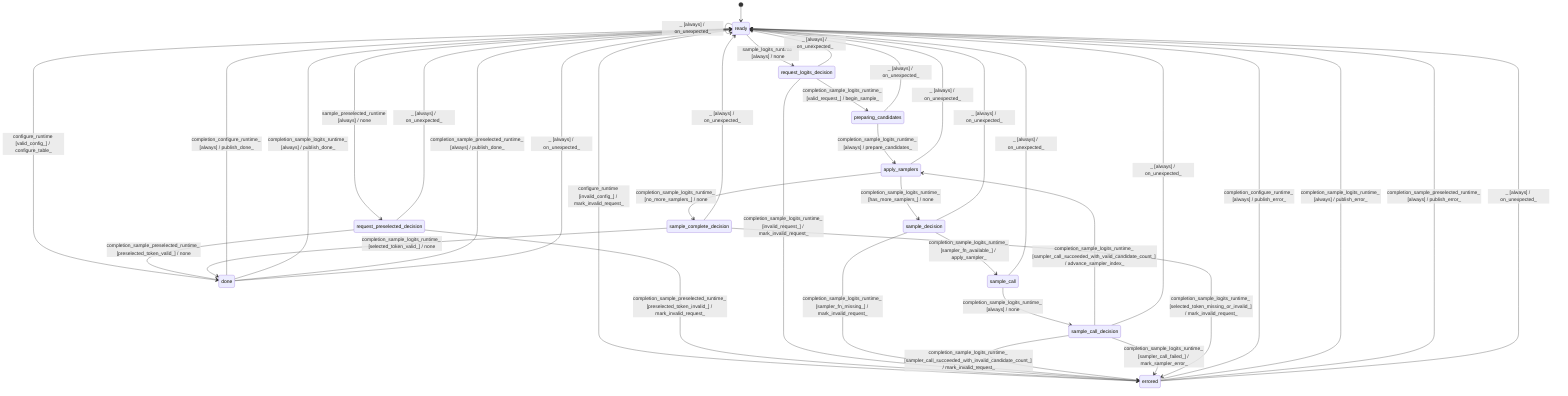
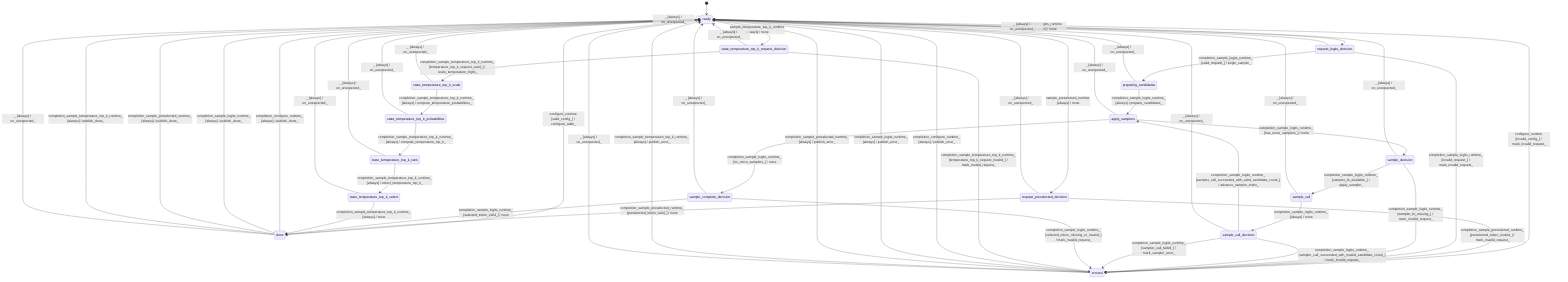
stateDiagram-v2
  direction TB
  [*] --> ready
  ready --> done : configure_runtime [valid_config_] / configure_table_
  ready --> errored : configure_runtime [invalid_config_] / mark_invalid_request_
  ready --> request_logits_decision : sample_logits_runtime [always] / none
  ready --> request_preselected_decision : sample_preselected_runtime [always] / none
  request_preselected_decision --> done : completion_sample_preselected_runtime_ [preselected_token_valid_] / none
  request_preselected_decision --> errored : completion_sample_preselected_runtime_ [preselected_token_invalid_] / mark_invalid_request_
  request_logits_decision --> preparing_candidates : completion_sample_logits_runtime_ [valid_request_] / begin_sample_
  request_logits_decision --> errored : completion_sample_logits_runtime_ [invalid_request_] / mark_invalid_request_
  preparing_candidates --> apply_samplers : completion_sample_logits_runtime_ [always] / prepare_candidates_
  apply_samplers --> sample_decision : completion_sample_logits_runtime_ [has_more_samplers_] / none
  apply_samplers --> sample_complete_decision : completion_sample_logits_runtime_ [no_more_samplers_] / none
  sample_decision --> sample_call : completion_sample_logits_runtime_ [sampler_fn_available_] / apply_sampler_
  sample_decision --> errored : completion_sample_logits_runtime_ [sampler_fn_missing_] / mark_invalid_request_
  sample_call --> sample_call_decision : completion_sample_logits_runtime_ [always] / none
  sample_call_decision --> apply_samplers : completion_sample_logits_runtime_ [sampler_call_succeeded_with_valid_candidate_count_] / advance_sampler_index_
  sample_call_decision --> errored : completion_sample_logits_runtime_ [sampler_call_succeeded_with_invalid_candidate_count_] / mark_invalid_request_
  sample_call_decision --> errored : completion_sample_logits_runtime_ [sampler_call_failed_] / mark_sampler_error_
  sample_complete_decision --> done : completion_sample_logits_runtime_ [selected_token_valid_] / none
  sample_complete_decision --> errored : completion_sample_logits_runtime_ [selected_token_missing_or_invalid_] / mark_invalid_request_
+   ready --> state_temperature_top_k_request_decision : sample_temperature_top_k_runtime [always] / none
+   state_temperature_top_k_request_decision --> state_temperature_top_k_scale : completion_sample_temperature_top_k_runtime_ [temperature_top_k_request_valid_] / scale_temperature_logits_
+   state_temperature_top_k_request_decision --> errored : completion_sample_temperature_top_k_runtime_ [temperature_top_k_request_invalid_] / mark_invalid_request_
+   state_temperature_top_k_scale --> state_temperature_top_k_probabilities : completion_sample_temperature_top_k_runtime_ [always] / compute_temperature_probabilities_
+   state_temperature_top_k_probabilities --> state_temperature_top_k_rank : completion_sample_temperature_top_k_runtime_ [always] / compute_temperature_top_k_
+   state_temperature_top_k_rank --> state_temperature_top_k_select : completion_sample_temperature_top_k_runtime_ [always] / select_temperature_top_k_
+   state_temperature_top_k_select --> done : completion_sample_temperature_top_k_runtime_ [always] / none
  done --> ready : completion_configure_runtime_ [always] / publish_done_
  errored --> ready : completion_configure_runtime_ [always] / publish_error_
  done --> ready : completion_sample_logits_runtime_ [always] / publish_done_
  errored --> ready : completion_sample_logits_runtime_ [always] / publish_error_
  done --> ready : completion_sample_preselected_runtime_ [always] / publish_done_
  errored --> ready : completion_sample_preselected_runtime_ [always] / publish_error_
+   done --> ready : completion_sample_temperature_top_k_runtime_ [always] / publish_done_
+   errored --> ready : completion_sample_temperature_top_k_runtime_ [always] / publish_error_
  ready --> ready : _ [always] / on_unexpected_
  request_logits_decision --> ready : _ [always] / on_unexpected_
  request_preselected_decision --> ready : _ [always] / on_unexpected_
  preparing_candidates --> ready : _ [always] / on_unexpected_
  apply_samplers --> ready : _ [always] / on_unexpected_
  sample_decision --> ready : _ [always] / on_unexpected_
  sample_call --> ready : _ [always] / on_unexpected_
  sample_call_decision --> ready : _ [always] / on_unexpected_
  sample_complete_decision --> ready : _ [always] / on_unexpected_
+   state_temperature_top_k_request_decision --> ready : _ [always] / on_unexpected_
+   state_temperature_top_k_scale --> ready : _ [always] / on_unexpected_
+   state_temperature_top_k_probabilities --> ready : _ [always] / on_unexpected_
+   state_temperature_top_k_rank --> ready : _ [always] / on_unexpected_
+   state_temperature_top_k_select --> ready : _ [always] / on_unexpected_
  done --> ready : _ [always] / on_unexpected_
  errored --> ready : _ [always] / on_unexpected_
